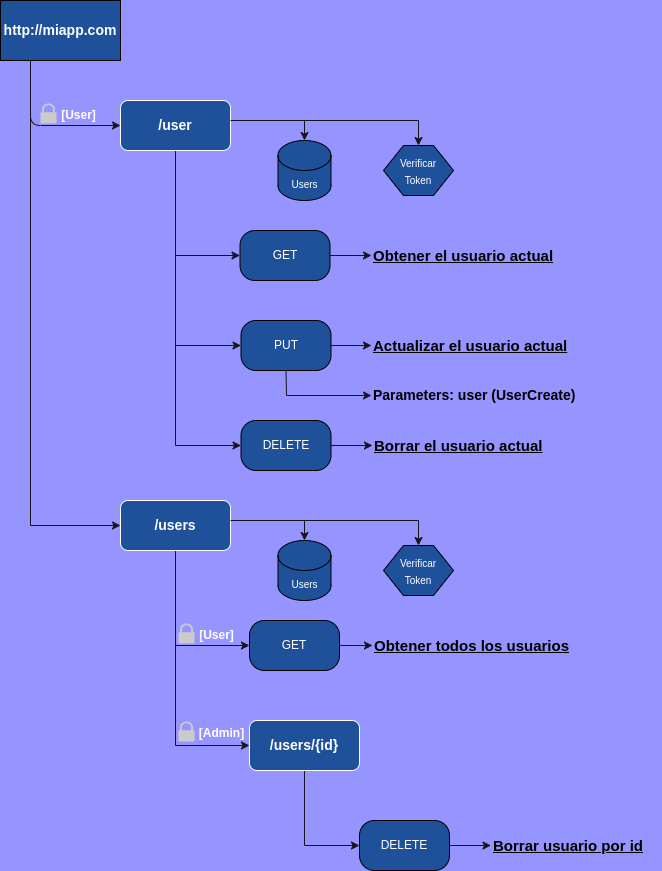
Jav-mol/api_users keeps this draw.io diagram as app/diagram.drawio.png. Above is the earlier version. Source tidied: cells renumbered, new cells last; positions are measured from the earlier drawing's top-left corner, leaving out a move shared by most shapes.
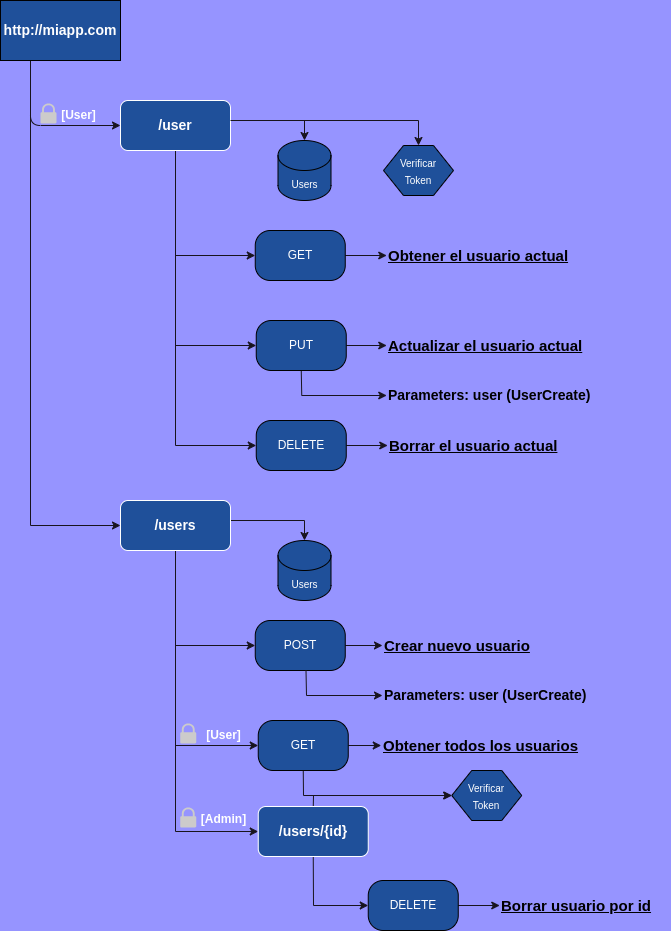
The same diagram one commit later.

What changed in the source:
```diff
@@ -58,7 +58,7 @@
       <mxGeometry x="120" y="100" width="110" height="50" as="geometry" />
     </mxCell>
     <mxCell id="12" value="&lt;u style=&quot;font-size: 15px;&quot;&gt;&lt;b style=&quot;font-size: 15px;&quot;&gt;Obtener el usuario actual&lt;/b&gt;&lt;/u&gt;" style="text;html=1;align=left;verticalAlign=middle;points=[];strokeColor=none;fillColor=none;fontSize=15;" parent="1" vertex="1">
-      <mxGeometry x="371" y="240" width="200" height="30" as="geometry" />
+      <mxGeometry x="386.2" y="240" width="200" height="30" as="geometry" />
     </mxCell>
     <mxCell id="13" style="edgeStyle=none;html=1;fontSize=14;entryX=0.5;entryY=0;entryDx=0;entryDy=0;strokeColor=#18141D;fontColor=#FFFFFF;rounded=0;" parent="1" edge="1" target="17">
       <mxGeometry relative="1" as="geometry">
@@ -72,7 +72,7 @@
       <mxGeometry relative="1" as="geometry" />
     </mxCell>
     <mxCell id="15" value="GET" style="rounded=1;whiteSpace=wrap;html=1;arcSize=30;fillColor=#1F509A;fontColor=#FFFFFF;" parent="1" vertex="1">
-      <mxGeometry x="239.5" y="230" width="90" height="50" as="geometry" />
+      <mxGeometry x="254.8" y="230" width="90" height="50" as="geometry" />
     </mxCell>
     <mxCell id="16" value="&lt;font style=&quot;font-size: 10px;&quot;&gt;Users&lt;/font&gt;" style="shape=cylinder3;whiteSpace=wrap;html=1;boundedLbl=1;backgroundOutline=1;size=15;strokeWidth=1;fontSize=14;fillColor=#1F509A;fontColor=#FFFFFF;" parent="1" vertex="1">
       <mxGeometry x="277.5" y="140" width="53" height="60" as="geometry" />
@@ -81,7 +81,7 @@
       <mxGeometry x="383" y="145" width="70" height="50" as="geometry" />
     </mxCell>
     <mxCell id="18" value="&lt;u style=&quot;font-size: 15px;&quot;&gt;&lt;b style=&quot;font-size: 15px;&quot;&gt;Actualizar el usuario actual&lt;/b&gt;&lt;/u&gt;" style="text;html=1;align=left;verticalAlign=middle;points=[];strokeColor=none;fillColor=none;fontSize=15;" parent="1" vertex="1">
-      <mxGeometry x="371" y="330" width="220" height="30" as="geometry" />
+      <mxGeometry x="386.2" y="330" width="220" height="30" as="geometry" />
     </mxCell>
     <mxCell id="19" style="edgeStyle=none;html=1;exitX=1;exitY=0.5;exitDx=0;exitDy=0;strokeColor=#18141D;fontColor=#FFFFFF;" parent="1" edge="1" source="21" target="18">
       <mxGeometry relative="1" as="geometry" />
@@ -89,24 +89,24 @@
     <mxCell id="20" style="edgeStyle=none;rounded=0;html=1;exitX=0.5;exitY=1;exitDx=0;exitDy=0;strokeColor=#18141D;fontSize=14;" parent="1" edge="1" source="21" target="22">
       <mxGeometry relative="1" as="geometry">
         <Array as="points">
-          <mxPoint x="286" y="395" />
+          <mxPoint x="301.2" y="395" />
         </Array>
       </mxGeometry>
     </mxCell>
     <mxCell id="21" value="PUT" style="rounded=1;whiteSpace=wrap;html=1;arcSize=30;fillColor=#1F509A;fontColor=#FFFFFF;" parent="1" vertex="1">
-      <mxGeometry x="240.5" y="320" width="90" height="50" as="geometry" />
+      <mxGeometry x="255.8" y="320" width="90" height="50" as="geometry" />
     </mxCell>
     <mxCell id="22" value="&lt;b&gt;Parameters: user (UserCreate)&lt;/b&gt;" style="text;html=1;align=left;verticalAlign=middle;points=[];strokeColor=none;fillColor=none;fontSize=14;" parent="1" vertex="1">
-      <mxGeometry x="371" y="380" width="230" height="30" as="geometry" />
+      <mxGeometry x="386.2" y="380" width="230" height="30" as="geometry" />
     </mxCell>
     <mxCell id="23" value="&lt;u style=&quot;font-size: 15px;&quot;&gt;&lt;b style=&quot;font-size: 15px;&quot;&gt;Borrar el usuario actual&lt;/b&gt;&lt;/u&gt;" style="text;html=1;align=left;verticalAlign=middle;points=[];strokeColor=none;fillColor=none;fontSize=15;" parent="1" vertex="1">
-      <mxGeometry x="372" y="430" width="190" height="30" as="geometry" />
+      <mxGeometry x="387.2" y="430" width="190" height="30" as="geometry" />
     </mxCell>
     <mxCell id="24" style="edgeStyle=none;rounded=0;html=1;strokeColor=#18141D;fontSize=14;" parent="1" edge="1" source="25" target="23">
       <mxGeometry relative="1" as="geometry" />
     </mxCell>
     <mxCell id="25" value="DELETE" style="rounded=1;whiteSpace=wrap;html=1;arcSize=30;fillColor=#1F509A;fontColor=#FFFFFF;" parent="1" vertex="1">
-      <mxGeometry x="240.5" y="420" width="90" height="50" as="geometry" />
+      <mxGeometry x="255.8" y="420" width="90" height="50" as="geometry" />
     </mxCell>
     <mxCell id="26" style="edgeStyle=none;rounded=0;html=1;entryX=0.5;entryY=0;entryDx=0;entryDy=0;entryPerimeter=0;strokeColor=#18141D;fontSize=14;" parent="1" edge="1" target="31">
       <mxGeometry relative="1" as="geometry">
@@ -119,73 +119,107 @@
     <mxCell id="27" style="edgeStyle=none;rounded=0;html=1;exitX=0.5;exitY=1;exitDx=0;exitDy=0;entryX=0;entryY=0.5;entryDx=0;entryDy=0;strokeColor=#18141D;fontSize=15;" parent="1" edge="1" source="29" target="37">
       <mxGeometry relative="1" as="geometry">
         <Array as="points">
-          <mxPoint x="175" y="645" />
+          <mxPoint x="175" y="745" />
         </Array>
       </mxGeometry>
     </mxCell>
     <mxCell id="28" style="edgeStyle=none;rounded=0;html=1;exitX=0.5;exitY=1;exitDx=0;exitDy=0;entryX=0;entryY=0.5;entryDx=0;entryDy=0;strokeColor=#18141D;fontSize=15;" parent="1" edge="1" source="29" target="39">
       <mxGeometry relative="1" as="geometry">
         <Array as="points">
-          <mxPoint x="175" y="745" />
+          <mxPoint x="175" y="720" />
+          <mxPoint x="175" y="831" />
         </Array>
       </mxGeometry>
     </mxCell>
+    <mxCell id="45" style="edgeStyle=none;rounded=0;html=1;exitX=0.5;exitY=1;exitDx=0;exitDy=0;entryX=0;entryY=0.5;entryDx=0;entryDy=0;strokeColor=#18141D;fontSize=15;fontColor=#FFFFFF;" parent="1" edge="1" source="29" target="50">
+      <mxGeometry relative="1" as="geometry">
+        <Array as="points">
+          <mxPoint x="175" y="645" />
+        </Array>
+      </mxGeometry>
+    </mxCell>
     <mxCell id="29" value="&lt;font style=&quot;font-size: 14px;&quot;&gt;&lt;b&gt;/users&lt;/b&gt;&lt;/font&gt;" style="rounded=1;whiteSpace=wrap;html=1;strokeColor=#FFFFFF;fillColor=#1F509A;fontColor=#FFFFFF;" parent="1" vertex="1">
       <mxGeometry x="120" y="500" width="110" height="50" as="geometry" />
     </mxCell>
-    <mxCell id="30" style="edgeStyle=none;html=1;fontSize=14;entryX=0.5;entryY=0;entryDx=0;entryDy=0;strokeColor=#18141D;fontColor=#FFFFFF;rounded=0;" parent="1" edge="1" target="32">
-      <mxGeometry relative="1" as="geometry">
-        <mxPoint x="230" y="520" as="sourcePoint" />
-        <Array as="points">
-          <mxPoint x="418" y="520" />
-        </Array>
-      </mxGeometry>
-    </mxCell>
     <mxCell id="31" value="&lt;font style=&quot;font-size: 10px;&quot;&gt;Users&lt;/font&gt;" style="shape=cylinder3;whiteSpace=wrap;html=1;boundedLbl=1;backgroundOutline=1;size=15;strokeWidth=1;fontSize=14;fillColor=#1F509A;fontColor=#FFFFFF;" parent="1" vertex="1">
       <mxGeometry x="277.5" y="540" width="53" height="60" as="geometry" />
     </mxCell>
     <mxCell id="32" value="&lt;font style=&quot;font-size: 10px;&quot;&gt;Verificar &lt;br&gt;Token&lt;/font&gt;" style="shape=hexagon;perimeter=hexagonPerimeter2;whiteSpace=wrap;html=1;fixedSize=1;strokeWidth=1;fontSize=14;fillColor=#1F509A;fontColor=#FFFFFF;" parent="1" vertex="1">
-      <mxGeometry x="383" y="545" width="70" height="50" as="geometry" />
+      <mxGeometry x="451.2" y="770" width="70" height="50" as="geometry" />
     </mxCell>
     <mxCell id="33" style="sketch=0;shadow=0;dashed=0;html=1;strokeColor=none;labelPosition=center;verticalLabelPosition=bottom;verticalAlign=top;align=center;shape=mxgraph.office.security.lock_protected;fillColor=#CCCBCB;strokeWidth=3;fontSize=12;fontColor=#FFFFFF;" parent="1" vertex="1">
-      <mxGeometry x="178" y="623" width="16" height="20" as="geometry" />
+      <mxGeometry x="179.8" y="723" width="16" height="20" as="geometry" />
     </mxCell>
     <mxCell id="34" value="&lt;b&gt;&lt;font style=&quot;font-size: 12px;&quot;&gt;[User]&lt;/font&gt;&lt;/b&gt;" style="text;html=1;align=center;verticalAlign=middle;strokeColor=none;fillColor=none;fontSize=10;fontColor=#FFFFFF;" parent="1" vertex="1">
-      <mxGeometry x="186" y="620" width="60" height="30" as="geometry" />
+      <mxGeometry x="193" y="720" width="60" height="30" as="geometry" />
     </mxCell>
     <mxCell id="35" value="&lt;u style=&quot;font-size: 15px;&quot;&gt;&lt;b style=&quot;font-size: 15px;&quot;&gt;Obtener todos los usuarios&lt;/b&gt;&lt;/u&gt;" style="text;html=1;align=left;verticalAlign=middle;points=[];strokeColor=none;fillColor=none;fontSize=15;" parent="1" vertex="1">
-      <mxGeometry x="372" y="630" width="220" height="30" as="geometry" />
+      <mxGeometry x="380.8" y="730" width="220" height="30" as="geometry" />
     </mxCell>
     <mxCell id="36" style="edgeStyle=none;rounded=0;html=1;strokeColor=#18141D;fontSize=14;" parent="1" edge="1" source="37" target="35">
       <mxGeometry relative="1" as="geometry" />
     </mxCell>
+    <mxCell id="46" style="edgeStyle=none;rounded=0;html=1;exitX=0.5;exitY=1;exitDx=0;exitDy=0;entryX=0;entryY=0.5;entryDx=0;entryDy=0;strokeColor=#18141D;fontSize=15;fontColor=#FFFFFF;" parent="1" edge="1" source="37" target="32">
+      <mxGeometry relative="1" as="geometry">
+        <Array as="points">
+          <mxPoint x="303" y="795" />
+        </Array>
+      </mxGeometry>
+    </mxCell>
     <mxCell id="37" value="GET" style="rounded=1;whiteSpace=wrap;html=1;arcSize=30;fillColor=#1F509A;fontColor=#FFFFFF;" parent="1" vertex="1">
-      <mxGeometry x="249" y="620" width="90" height="50" as="geometry" />
+      <mxGeometry x="257.8" y="720" width="90" height="50" as="geometry" />
     </mxCell>
     <mxCell id="38" style="edgeStyle=none;rounded=0;html=1;exitX=0.5;exitY=1;exitDx=0;exitDy=0;entryX=0;entryY=0.5;entryDx=0;entryDy=0;strokeColor=#18141D;fontSize=15;" parent="1" edge="1" source="39" target="42">
       <mxGeometry relative="1" as="geometry">
         <Array as="points">
-          <mxPoint x="304" y="845" />
+          <mxPoint x="313" y="905" />
         </Array>
       </mxGeometry>
     </mxCell>
+    <mxCell id="47" style="edgeStyle=none;rounded=0;html=1;exitX=0.5;exitY=0;exitDx=0;exitDy=0;entryX=0;entryY=0.5;entryDx=0;entryDy=0;strokeColor=#18141D;fontSize=15;fontColor=#FFFFFF;" parent="1" edge="1" source="39" target="32">
+      <mxGeometry relative="1" as="geometry">
+        <Array as="points">
+          <mxPoint x="313" y="795" />
+        </Array>
+      </mxGeometry>
+    </mxCell>
     <mxCell id="39" value="&lt;font style=&quot;font-size: 14px;&quot;&gt;&lt;b&gt;/users/{id}&lt;/b&gt;&lt;/font&gt;" style="rounded=1;whiteSpace=wrap;html=1;strokeColor=#FFFFFF;fillColor=#1F509A;fontColor=#FFFFFF;" parent="1" vertex="1">
-      <mxGeometry x="249" y="720" width="110" height="50" as="geometry" />
+      <mxGeometry x="257.8" y="806" width="110" height="50" as="geometry" />
     </mxCell>
     <mxCell id="40" value="&lt;b&gt;&lt;u&gt;Borrar usuario por id&lt;/u&gt;&lt;/b&gt;" style="text;html=1;align=left;verticalAlign=middle;points=[];strokeColor=none;fillColor=none;fontSize=15;" parent="1" vertex="1">
-      <mxGeometry x="490.5" y="830" width="170" height="30" as="geometry" />
+      <mxGeometry x="499.2" y="890" width="170" height="30" as="geometry" />
     </mxCell>
     <mxCell id="41" style="edgeStyle=none;rounded=0;html=1;strokeColor=#18141D;fontSize=14;" parent="1" edge="1" source="42" target="40">
       <mxGeometry relative="1" as="geometry" />
     </mxCell>
     <mxCell id="42" value="DELETE" style="rounded=1;whiteSpace=wrap;html=1;arcSize=30;fillColor=#1F509A;fontColor=#FFFFFF;" parent="1" vertex="1">
-      <mxGeometry x="359" y="820" width="90" height="50" as="geometry" />
+      <mxGeometry x="367.8" y="880" width="90" height="50" as="geometry" />
     </mxCell>
     <mxCell id="43" style="sketch=0;shadow=0;dashed=0;html=1;strokeColor=none;labelPosition=center;verticalLabelPosition=bottom;verticalAlign=top;align=center;shape=mxgraph.office.security.lock_protected;fillColor=#CCCBCB;strokeWidth=3;fontSize=12;fontColor=#FFFFFF;" parent="1" vertex="1">
-      <mxGeometry x="178" y="721" width="16" height="20" as="geometry" />
+      <mxGeometry x="179.8" y="807" width="16" height="20" as="geometry" />
     </mxCell>
     <mxCell id="44" value="&lt;b&gt;&lt;font style=&quot;font-size: 12px;&quot;&gt;[Admin]&lt;/font&gt;&lt;/b&gt;" style="text;html=1;align=center;verticalAlign=middle;strokeColor=none;fillColor=none;fontSize=10;fontColor=#FFFFFF;" parent="1" vertex="1">
-      <mxGeometry x="186" y="718" width="70" height="30" as="geometry" />
+      <mxGeometry x="187.8" y="804" width="70" height="30" as="geometry" />
     </mxCell>
+    <mxCell id="48" value="&lt;b&gt;&lt;u&gt;Crear nuevo usuario&lt;/u&gt;&lt;/b&gt;" style="text;html=1;align=left;verticalAlign=middle;points=[];strokeColor=none;fillColor=none;fontSize=15;" parent="1" vertex="1">
+      <mxGeometry x="382" y="630" width="170" height="30" as="geometry" />
+    </mxCell>
+    <mxCell id="49" style="edgeStyle=none;rounded=0;html=1;strokeColor=#18141D;fontSize=14;" parent="1" edge="1" source="50" target="48">
+      <mxGeometry relative="1" as="geometry" />
+    </mxCell>
+    <mxCell id="50" value="POST" style="rounded=1;whiteSpace=wrap;html=1;arcSize=30;fillColor=#1F509A;fontColor=#FFFFFF;" parent="1" vertex="1">
+      <mxGeometry x="254.8" y="620" width="90" height="50" as="geometry" />
+    </mxCell>
+    <mxCell id="51" style="edgeStyle=none;rounded=0;html=1;exitX=0.5;exitY=1;exitDx=0;exitDy=0;strokeColor=#18141D;fontSize=14;" parent="1" edge="1" target="52">
+      <mxGeometry relative="1" as="geometry">
+        <mxPoint x="305.5" y="670" as="sourcePoint" />
+        <Array as="points">
+          <mxPoint x="306" y="695" />
+        </Array>
+      </mxGeometry>
+    </mxCell>
+    <mxCell id="52" value="&lt;b&gt;Parameters: user (UserCreate)&lt;/b&gt;" style="text;html=1;align=left;verticalAlign=middle;points=[];strokeColor=none;fillColor=none;fontSize=14;" parent="1" vertex="1">
+      <mxGeometry x="382" y="680" width="230" height="30" as="geometry" />
+    </mxCell>
   </root>
 </mxGraphModel>
```
